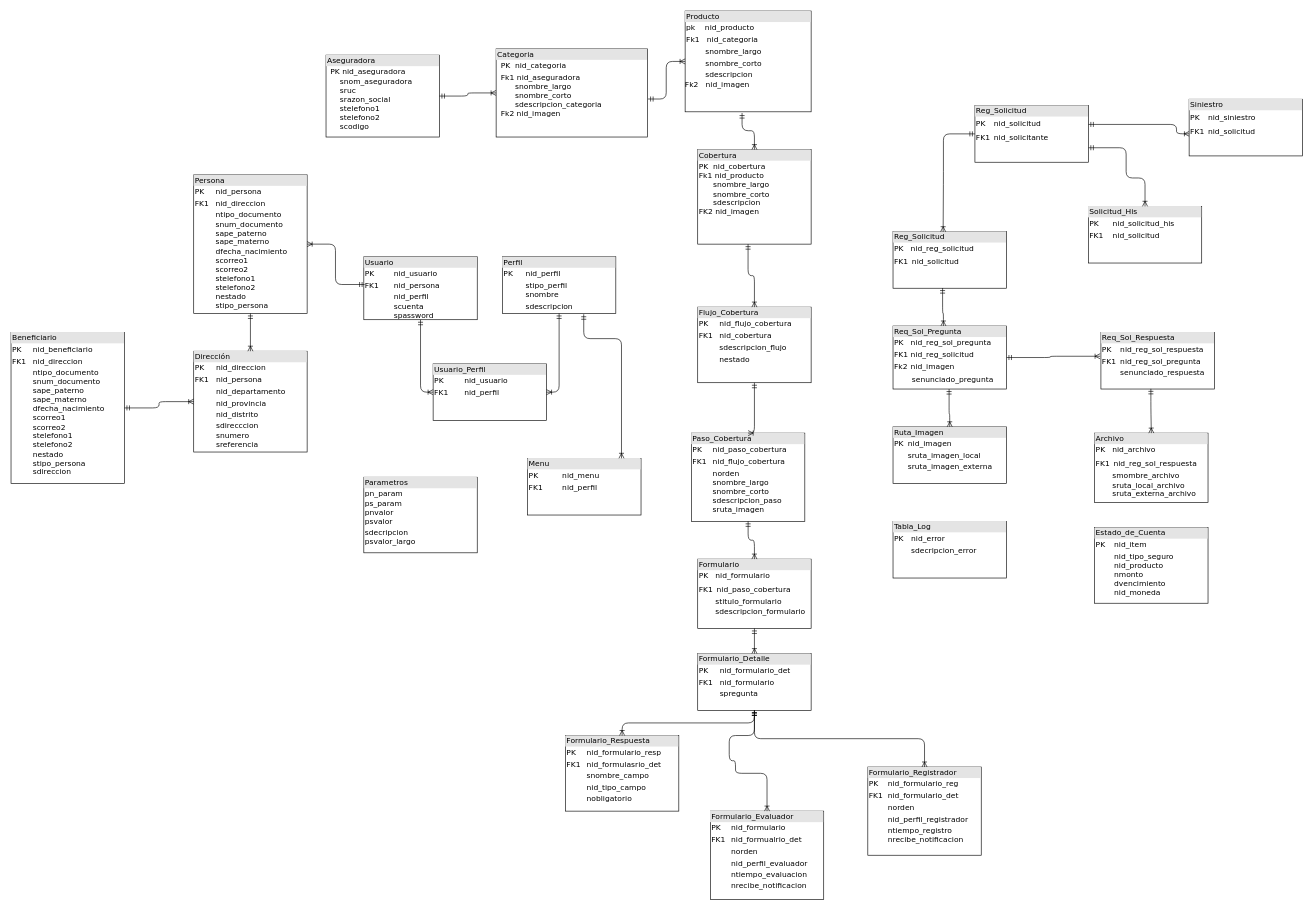
Above: SINIESTROS/Diagrama sin título.drawio in alejandroarceefitec/EFICTEC (draw.io), before the change. Source tidied: cells renumbered, new cells numbered last; positions are measured from the earlier drawing's top-left corner, leaving out a move shared by most shapes. Both pictures are drawn from the tidied source at 63%, with x=0, y=0 at pixel (11, 11).
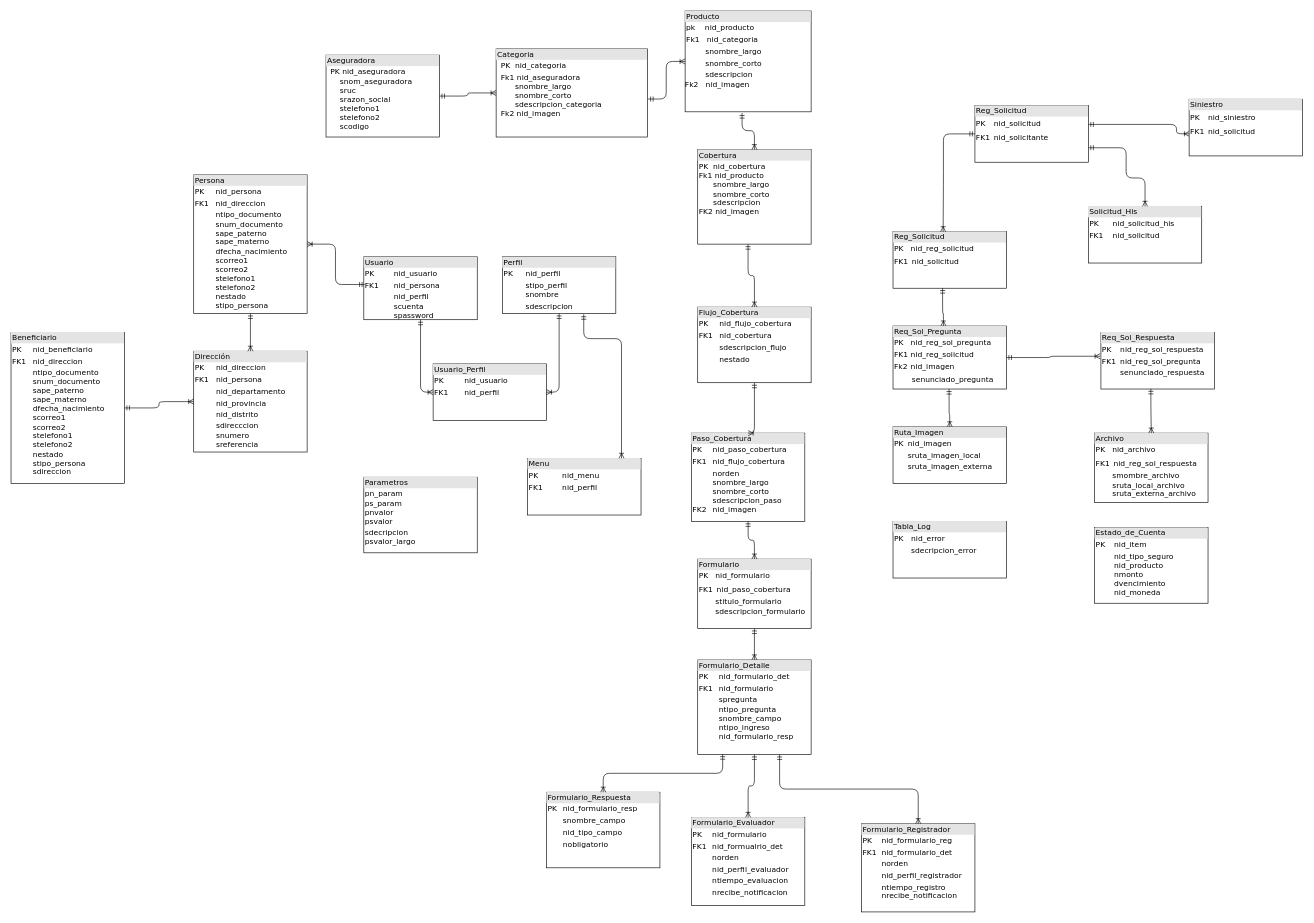
The same page after the edit.

What changed in the source:
```diff
@@
     <mxCell id="14" value="&lt;div style=&quot;box-sizing: border-box ; width: 100% ; background: #e4e4e4 ; padding: 2px&quot;&gt;Formulario_Registrador&lt;/div&gt;&lt;table style=&quot;width: 100% ; font-size: 1em&quot; cellpadding=&quot;2&quot; cellspacing=&quot;0&quot;&gt;&lt;tbody&gt;&lt;tr&gt;&lt;td&gt;PK&lt;/td&gt;&lt;td&gt;nid_formulario_reg&lt;/td&gt;&lt;/tr&gt;&lt;tr&gt;&lt;td&gt;FK1&lt;/td&gt;&lt;td&gt;nid_formulario_det&lt;br&gt;&lt;/td&gt;&lt;/tr&gt;&lt;tr&gt;&lt;td&gt;&lt;br&gt;&lt;/td&gt;&lt;td&gt;norden&lt;/td&gt;&lt;/tr&gt;&lt;tr&gt;&lt;td&gt;&lt;/td&gt;&lt;td&gt;nid_perfil_registrador&lt;/td&gt;&lt;/tr&gt;&lt;tr&gt;&lt;td&gt;&lt;br&gt;&lt;/td&gt;&lt;td&gt;ntiempo_registro&lt;br&gt;nrecibe_notificacion&lt;/td&gt;&lt;/tr&gt;&lt;/tbody&gt;&lt;/table&gt;" style="verticalAlign=top;align=left;overflow=fill;html=1;rounded=0;shadow=0;comic=0;labelBackgroundColor=none;strokeWidth=1;fontFamily=Verdana;fontSize=12;" parent="1" vertex="1">
-      <mxGeometry x="1360" y="1200" width="180" height="140" as="geometry" />
+      <mxGeometry x="1350" y="1290" width="180" height="140" as="geometry" />
     </mxCell>
-    <mxCell id="15" value="&lt;div style=&quot;box-sizing: border-box ; width: 100% ; background: #e4e4e4 ; padding: 2px&quot;&gt;Formulario_Respuesta&lt;/div&gt;&lt;table style=&quot;width: 100% ; font-size: 1em&quot; cellpadding=&quot;2&quot; cellspacing=&quot;0&quot;&gt;&lt;tbody&gt;&lt;tr&gt;&lt;td&gt;PK&lt;/td&gt;&lt;td&gt;nid_formulario_resp&lt;/td&gt;&lt;/tr&gt;&lt;tr&gt;&lt;td&gt;FK1&lt;/td&gt;&lt;td&gt;nid_formulasrio_det&lt;/td&gt;&lt;/tr&gt;&lt;tr&gt;&lt;td&gt;&lt;br&gt;&lt;/td&gt;&lt;td&gt;snombre_campo&lt;/td&gt;&lt;/tr&gt;&lt;tr&gt;&lt;td&gt;&lt;br&gt;&lt;/td&gt;&lt;td&gt;nid_tipo_campo&lt;/td&gt;&lt;/tr&gt;&lt;tr&gt;&lt;td&gt;&lt;br&gt;&lt;/td&gt;&lt;td&gt;nobligatorio&lt;/td&gt;&lt;/tr&gt;&lt;/tbody&gt;&lt;/table&gt;" style="verticalAlign=top;align=left;overflow=fill;html=1;rounded=0;shadow=0;comic=0;labelBackgroundColor=none;strokeWidth=1;fontFamily=Verdana;fontSize=12;" parent="1" vertex="1">
-      <mxGeometry x="880" y="1150" width="180" height="120" as="geometry" />
+    <mxCell id="15" value="&lt;div style=&quot;box-sizing: border-box ; width: 100% ; background: #e4e4e4 ; padding: 2px&quot;&gt;Formulario_Respuesta&lt;/div&gt;&lt;table style=&quot;width: 100% ; font-size: 1em&quot; cellpadding=&quot;2&quot; cellspacing=&quot;0&quot;&gt;&lt;tbody&gt;&lt;tr&gt;&lt;td&gt;PK&lt;/td&gt;&lt;td&gt;nid_formulario_resp&lt;/td&gt;&lt;/tr&gt;&lt;tr&gt;&lt;td&gt;&lt;br&gt;&lt;/td&gt;&lt;td&gt;snombre_campo&lt;/td&gt;&lt;/tr&gt;&lt;tr&gt;&lt;td&gt;&lt;br&gt;&lt;/td&gt;&lt;td&gt;nid_tipo_campo&lt;/td&gt;&lt;/tr&gt;&lt;tr&gt;&lt;td&gt;&lt;br&gt;&lt;/td&gt;&lt;td&gt;nobligatorio&lt;/td&gt;&lt;/tr&gt;&lt;/tbody&gt;&lt;/table&gt;" style="verticalAlign=top;align=left;overflow=fill;html=1;rounded=0;shadow=0;comic=0;labelBackgroundColor=none;strokeWidth=1;fontFamily=Verdana;fontSize=12;" parent="1" vertex="1">
+      <mxGeometry x="850" y="1240" width="180" height="120" as="geometry" />
     </mxCell>
     <mxCell id="16" value="&lt;div style=&quot;box-sizing: border-box ; width: 100% ; background: #e4e4e4 ; padding: 2px&quot;&gt;Formulario_Evaluador&lt;/div&gt;&lt;table style=&quot;width: 100% ; font-size: 1em&quot; cellpadding=&quot;2&quot; cellspacing=&quot;0&quot;&gt;&lt;tbody&gt;&lt;tr&gt;&lt;td&gt;PK&lt;/td&gt;&lt;td&gt;nid_formulario&lt;/td&gt;&lt;/tr&gt;&lt;tr&gt;&lt;td&gt;FK1&lt;/td&gt;&lt;td&gt;nid_formualrio_det&lt;/td&gt;&lt;/tr&gt;&lt;tr&gt;&lt;td&gt;&lt;br&gt;&lt;/td&gt;&lt;td&gt;norden&lt;/td&gt;&lt;/tr&gt;&lt;tr&gt;&lt;td&gt;&lt;/td&gt;&lt;td&gt;nid_perfil_evaluador&lt;/td&gt;&lt;/tr&gt;&lt;tr&gt;&lt;td&gt;&lt;br&gt;&lt;/td&gt;&lt;td&gt;ntiempo_evaluacion&lt;/td&gt;&lt;/tr&gt;&lt;tr&gt;&lt;td&gt;&lt;br&gt;&lt;/td&gt;&lt;td&gt;nrecibe_notificacion&lt;/td&gt;&lt;/tr&gt;&lt;/tbody&gt;&lt;/table&gt;" style="verticalAlign=top;align=left;overflow=fill;html=1;rounded=0;shadow=0;comic=0;labelBackgroundColor=none;strokeWidth=1;fontFamily=Verdana;fontSize=12;" parent="1" vertex="1">
-      <mxGeometry x="1110" y="1270" width="180" height="140" as="geometry" />
+      <mxGeometry x="1080" y="1280" width="180" height="140" as="geometry" />
     </mxCell>
-    <mxCell id="17" value="&lt;div style=&quot;box-sizing: border-box ; width: 100% ; background: #e4e4e4 ; padding: 2px&quot;&gt;Formulario_Detalle&lt;/div&gt;&lt;table style=&quot;width: 100% ; font-size: 1em&quot; cellpadding=&quot;2&quot; cellspacing=&quot;0&quot;&gt;&lt;tbody&gt;&lt;tr&gt;&lt;td&gt;PK&lt;/td&gt;&lt;td&gt;nid_formulario_det&lt;/td&gt;&lt;/tr&gt;&lt;tr&gt;&lt;td&gt;FK1&lt;/td&gt;&lt;td&gt;nid_formulario&lt;/td&gt;&lt;/tr&gt;&lt;tr&gt;&lt;td&gt;&lt;/td&gt;&lt;td&gt;spregunta&lt;/td&gt;&lt;/tr&gt;&lt;/tbody&gt;&lt;/table&gt;" style="verticalAlign=top;align=left;overflow=fill;html=1;rounded=0;shadow=0;comic=0;labelBackgroundColor=none;strokeWidth=1;fontFamily=Verdana;fontSize=12;" parent="1" vertex="1">
-      <mxGeometry x="1090" y="1020" width="180" height="90" as="geometry" />
+    <mxCell id="17" value="&lt;div style=&quot;box-sizing: border-box ; width: 100% ; background: #e4e4e4 ; padding: 2px&quot;&gt;Formulario_Detalle&lt;/div&gt;&lt;table style=&quot;width: 100% ; font-size: 1em&quot; cellpadding=&quot;2&quot; cellspacing=&quot;0&quot;&gt;&lt;tbody&gt;&lt;tr&gt;&lt;td&gt;PK&lt;/td&gt;&lt;td&gt;nid_formulario_det&lt;/td&gt;&lt;/tr&gt;&lt;tr&gt;&lt;td&gt;FK1&lt;/td&gt;&lt;td&gt;nid_formulario&lt;/td&gt;&lt;/tr&gt;&lt;tr&gt;&lt;td&gt;&lt;/td&gt;&lt;td&gt;spregunta&lt;br&gt;ntipo_pregunta&lt;br&gt;snombre_campo&lt;br&gt;ntipo_ingreso&lt;br&gt;nid_formulario_resp&lt;br&gt;&lt;/td&gt;&lt;/tr&gt;&lt;/tbody&gt;&lt;/table&gt;" style="verticalAlign=top;align=left;overflow=fill;html=1;rounded=0;shadow=0;comic=0;labelBackgroundColor=none;strokeWidth=1;fontFamily=Verdana;fontSize=12;" parent="1" vertex="1">
+      <mxGeometry x="1090" y="1030" width="180" height="150" as="geometry" />
     </mxCell>
@@
-    <mxCell id="20" value="&lt;div style=&quot;box-sizing: border-box ; width: 100% ; background: #e4e4e4 ; padding: 2px&quot;&gt;Paso_Cobertura&lt;/div&gt;&lt;table style=&quot;width: 100% ; font-size: 1em&quot; cellpadding=&quot;2&quot; cellspacing=&quot;0&quot;&gt;&lt;tbody&gt;&lt;tr&gt;&lt;td&gt;PK&lt;/td&gt;&lt;td&gt;nid_paso_cobertura&lt;/td&gt;&lt;/tr&gt;&lt;tr&gt;&lt;td&gt;FK1&lt;/td&gt;&lt;td&gt;nid_flujo_cobertura&lt;/td&gt;&lt;/tr&gt;&lt;tr&gt;&lt;td&gt;&lt;/td&gt;&lt;td&gt;norden&lt;br&gt;snombre_largo&lt;br&gt;snombre_corto&lt;br&gt;sdescripcion_paso&lt;br&gt;sruta_imagen&lt;/td&gt;&lt;/tr&gt;&lt;/tbody&gt;&lt;/table&gt;" style="verticalAlign=top;align=left;overflow=fill;html=1;rounded=0;shadow=0;comic=0;labelBackgroundColor=none;strokeWidth=1;fontFamily=Verdana;fontSize=12;" parent="1" vertex="1">
+    <mxCell id="20" value="&lt;div style=&quot;box-sizing: border-box ; width: 100% ; background: #e4e4e4 ; padding: 2px&quot;&gt;Paso_Cobertura&lt;/div&gt;&lt;table style=&quot;width: 100% ; font-size: 1em&quot; cellpadding=&quot;2&quot; cellspacing=&quot;0&quot;&gt;&lt;tbody&gt;&lt;tr&gt;&lt;td&gt;PK&lt;/td&gt;&lt;td&gt;nid_paso_cobertura&lt;/td&gt;&lt;/tr&gt;&lt;tr&gt;&lt;td&gt;FK1&lt;/td&gt;&lt;td&gt;nid_flujo_cobertura&lt;/td&gt;&lt;/tr&gt;&lt;tr&gt;&lt;td&gt;&lt;br&gt;&lt;br&gt;&lt;br&gt;&lt;br&gt;FK2&lt;/td&gt;&lt;td&gt;norden&lt;br&gt;snombre_largo&lt;br&gt;snombre_corto&lt;br&gt;sdescripcion_paso&lt;br&gt;nid_imagen&lt;br&gt;&lt;/td&gt;&lt;/tr&gt;&lt;/tbody&gt;&lt;/table&gt;" style="verticalAlign=top;align=left;overflow=fill;html=1;rounded=0;shadow=0;comic=0;labelBackgroundColor=none;strokeWidth=1;fontFamily=Verdana;fontSize=12;" parent="1" vertex="1">
       <mxGeometry x="1080" y="670" width="180" height="140" as="geometry" />
     </mxCell>
@@
-    <mxCell id="37" style="edgeStyle=orthogonalEdgeStyle;html=1;endArrow=ERoneToMany;startArrow=ERmandOne;labelBackgroundColor=none;fontFamily=Verdana;fontSize=12;align=left;exitX=0.5;exitY=1;exitDx=0;exitDy=0;" parent="1" edge="1" source="17" target="15">
+    <mxCell id="37" style="edgeStyle=orthogonalEdgeStyle;html=1;endArrow=ERoneToMany;startArrow=ERmandOne;labelBackgroundColor=none;fontFamily=Verdana;fontSize=12;align=left;exitX=0.22;exitY=0.997;exitDx=0;exitDy=0;exitPerimeter=0;" parent="1" edge="1" source="17" target="15">
       <mxGeometry relative="1" as="geometry" />
     </mxCell>
@@
-    <mxCell id="43" style="edgeStyle=orthogonalEdgeStyle;html=1;endArrow=ERoneToMany;startArrow=ERmandOne;labelBackgroundColor=none;fontFamily=Verdana;fontSize=12;align=left;exitX=0.5;exitY=1;exitDx=0;exitDy=0;entryX=0.5;entryY=0;entryDx=0;entryDy=0;" parent="1" edge="1" source="17" target="16">
-      <mxGeometry relative="1" as="geometry">
-        <Array as="points">
-          <mxPoint x="1180" y="1150" />
-          <mxPoint x="1140" y="1150" />
-          <mxPoint x="1140" y="1190" />
-          <mxPoint x="1150" y="1190" />
-          <mxPoint x="1150" y="1210" />
-        </Array>
-      </mxGeometry>
-    </mxCell>
-    <mxCell id="44" style="edgeStyle=orthogonalEdgeStyle;html=1;endArrow=ERoneToMany;startArrow=ERmandOne;labelBackgroundColor=none;fontFamily=Verdana;fontSize=12;align=left;exitX=0.5;exitY=1;exitDx=0;exitDy=0;entryX=0.5;entryY=0;entryDx=0;entryDy=0;" parent="1" edge="1" source="17" target="14">
+    <mxCell id="44" style="edgeStyle=orthogonalEdgeStyle;html=1;endArrow=ERoneToMany;startArrow=ERmandOne;labelBackgroundColor=none;fontFamily=Verdana;fontSize=12;align=left;exitX=0.722;exitY=1;exitDx=0;exitDy=0;entryX=0.5;entryY=0;entryDx=0;entryDy=0;exitPerimeter=0;" parent="1" edge="1" source="17" target="14">
       <mxGeometry relative="1" as="geometry" />
     </mxCell>
@@
+    <mxCell id="43" style="edgeStyle=orthogonalEdgeStyle;html=1;endArrow=ERoneToMany;startArrow=ERmandOne;labelBackgroundColor=none;fontFamily=Verdana;fontSize=12;align=left;" parent="1" edge="1" source="17" target="16">
+      <mxGeometry relative="1" as="geometry" />
+    </mxCell>
```
